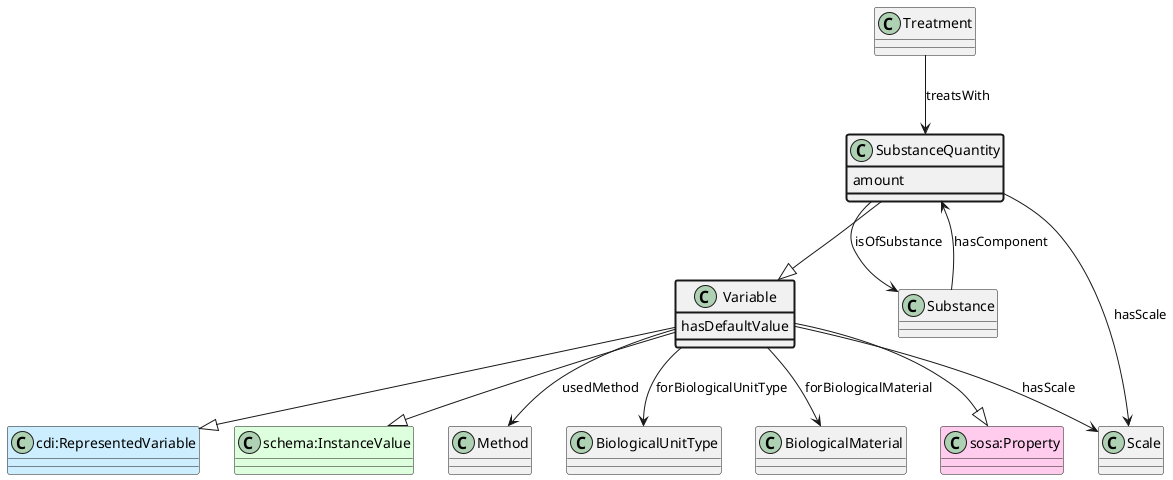
The PlantUML diagram ttl_uml/ttl_appn_SubstanceQuantity.png in aus-plant-phenomics-network/appn-schema, before a commit.
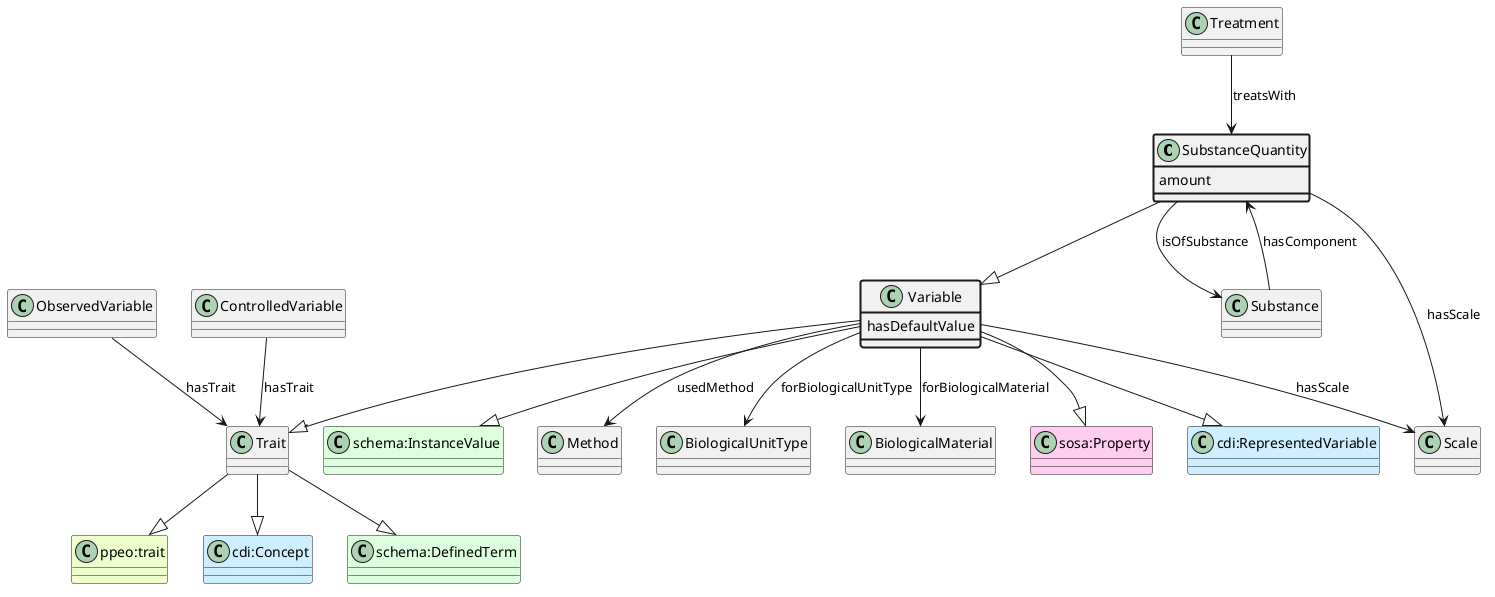
Above is the later version.

The edit, as a diff of the source:
```diff
@@ -1,6 +1,14 @@
 @startuml
 class SubstanceQuantity  #line.bold
 class Variable
+class Trait
+class "ppeo:trait" #EEFFCC
+Trait --|> "ppeo:trait"
+class "cdi:Concept" #CCEEFF
+Trait --|> "cdi:Concept"
+class "schema:DefinedTerm" #DDFFDD
+Trait --|> "schema:DefinedTerm"
+Variable --|> Trait
 class "sosa:Property" #FFCCEE
 Variable --|> "sosa:Property"
 class "cdi:RepresentedVariable" #CCEEFF
@@ -30,4 +38,8 @@
 Variable --> BiologicalMaterial : forBiologicalMaterial
 class Scale
 Variable --> Scale : hasScale
+class ObservedVariable
+ObservedVariable --> Trait : hasTrait
+class ControlledVariable
+ControlledVariable --> Trait : hasTrait
 @enduml
```
